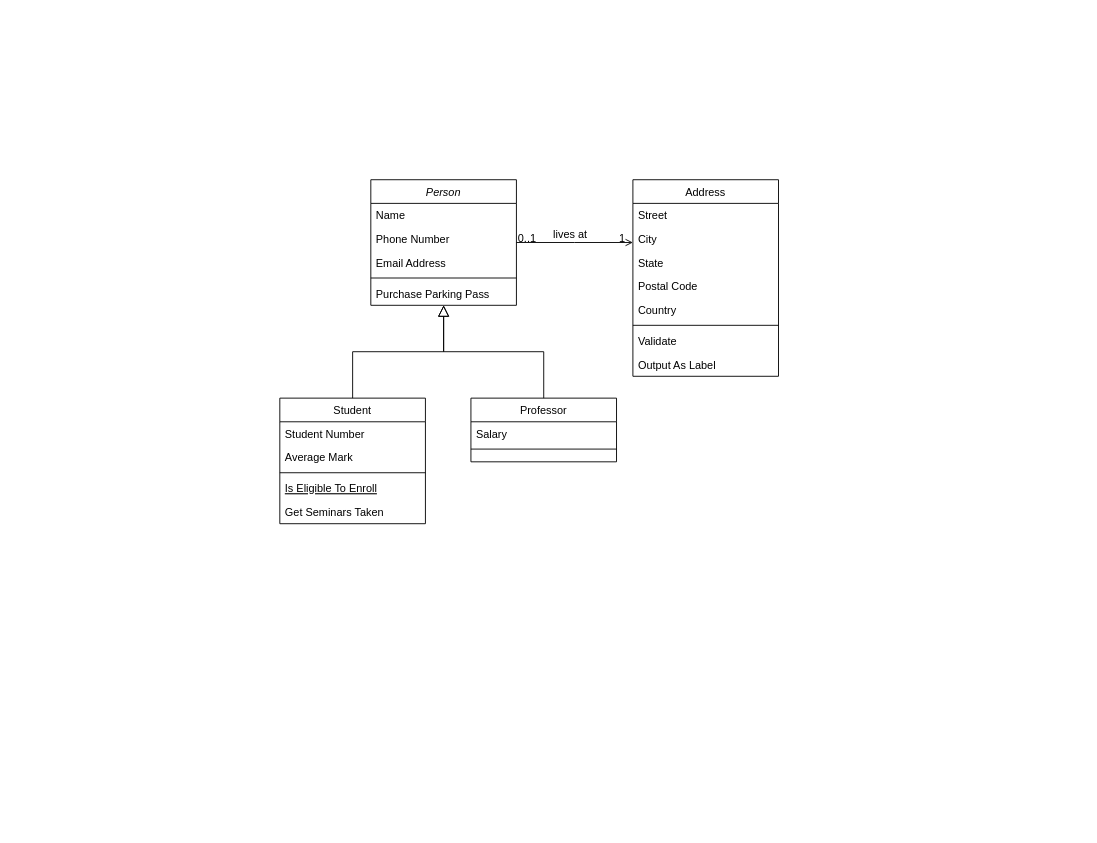
Earlier version of the draw.io diagram ProductManagement.drawio (AKing982/SmartInventory). Source tidied: cells renumbered, new cells numbered last; positions are measured from the earlier drawing's top-left corner, leaving out a move shared by most shapes. Both pictures are drawn from the tidied source at 91%, with x=0, y=0 at pixel (279, 179).
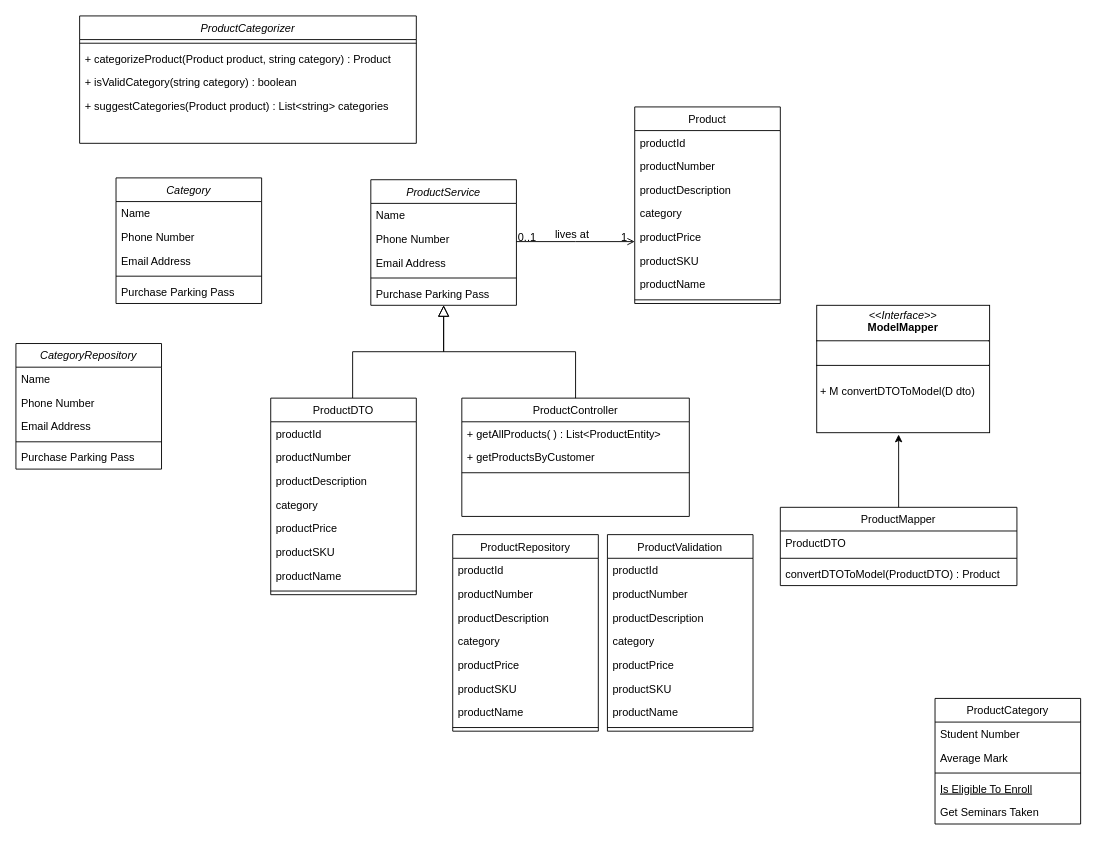
After the change.

Diff of the diagram source:
```diff
@@
-    <mxCell id="2" value="Person" style="swimlane;fontStyle=2;align=center;verticalAlign=top;horizontal=1;startSize=26;rounded=0;shadow=0;strokeWidth=1;" parent="1" vertex="1">
+    <mxCell id="2" value="ProductService" style="swimlane;fontStyle=2;align=center;verticalAlign=top;horizontal=1;startSize=26;rounded=0;shadow=0;strokeWidth=1;" parent="1" vertex="1">
       <mxGeometry x="100" width="160" height="138" as="geometry" />
     </mxCell>
@@
-    <mxCell id="8" value="Student" style="swimlane;fontStyle=0;align=center;verticalAlign=top;horizontal=1;startSize=26;rounded=0;shadow=0;strokeWidth=1;" parent="1" vertex="1">
-      <mxGeometry y="240" width="160" height="138" as="geometry" />
-    </mxCell>
-    <mxCell id="9" value="Student Number" style="text;align=left;verticalAlign=top;spacingLeft=4;spacingRight=4;overflow=hidden;" parent="8" vertex="1">
-      <mxGeometry y="26" width="160" height="26" as="geometry" />
-    </mxCell>
-    <mxCell id="10" value="Average Mark" style="text;align=left;verticalAlign=top;spacingLeft=4;spacingRight=4;overflow=hidden;rounded=0;shadow=0;html=0;" parent="8" vertex="1">
-      <mxGeometry y="52" width="160" height="26" as="geometry" />
-    </mxCell>
-    <mxCell id="11" style="line;html=1;strokeWidth=1;align=left;verticalAlign=middle;spacingTop=-1;spacingLeft=3;spacingRight=3;labelPosition=right;" parent="8" vertex="1">
-      <mxGeometry y="78" width="160" height="8" as="geometry" />
-    </mxCell>
-    <mxCell id="12" value="Is Eligible To Enroll" style="text;align=left;verticalAlign=top;spacingLeft=4;spacingRight=4;overflow=hidden;fontStyle=4;" parent="8" vertex="1">
-      <mxGeometry y="86" width="160" height="26" as="geometry" />
-    </mxCell>
-    <mxCell id="13" value="Get Seminars Taken" style="text;align=left;verticalAlign=top;spacingLeft=4;spacingRight=4;overflow=hidden;" parent="8" vertex="1">
-      <mxGeometry y="112" width="160" height="26" as="geometry" />
-    </mxCell>
-    <mxCell id="14" style="endArrow=block;endSize=10;endFill=0;shadow=0;strokeWidth=1;rounded=0;curved=0;edgeStyle=elbowEdgeStyle;elbow=vertical;" parent="1" edge="1" source="8" target="2">
-      <mxGeometry relative="1" as="geometry" />
+    <mxCell id="14" style="endArrow=block;endSize=10;endFill=0;shadow=0;strokeWidth=1;rounded=0;curved=0;edgeStyle=elbowEdgeStyle;elbow=vertical;" parent="1" edge="1" target="2">
+      <mxGeometry relative="1" as="geometry">
+        <mxPoint x="80" y="240" as="sourcePoint" />
+      </mxGeometry>
     </mxCell>
-    <mxCell id="15" value="Professor" style="swimlane;fontStyle=0;align=center;verticalAlign=top;horizontal=1;startSize=26;rounded=0;shadow=0;strokeWidth=1;" parent="1" vertex="1">
-      <mxGeometry x="210" y="240" width="160" height="70" as="geometry" />
+    <mxCell id="15" value="ProductController" style="swimlane;fontStyle=0;align=center;verticalAlign=top;horizontal=1;startSize=26;rounded=0;shadow=0;strokeWidth=1;" parent="1" vertex="1">
+      <mxGeometry x="200" y="240" width="250" height="130" as="geometry" />
     </mxCell>
-    <mxCell id="16" value="Salary" style="text;align=left;verticalAlign=top;spacingLeft=4;spacingRight=4;overflow=hidden;" parent="15" vertex="1">
-      <mxGeometry y="26" width="160" height="26" as="geometry" />
+    <mxCell id="16" value="+ getAllProducts( ) : List&lt;ProductEntity&gt;" style="text;align=left;verticalAlign=top;spacingLeft=4;spacingRight=4;overflow=hidden;" parent="15" vertex="1">
+      <mxGeometry y="26" width="250" height="26" as="geometry" />
     </mxCell>
+    <mxCell id="32" value="+ getProductsByCustomer" style="text;align=left;verticalAlign=top;spacingLeft=4;spacingRight=4;overflow=hidden;" parent="15" vertex="1">
+      <mxGeometry y="52" width="250" height="26" as="geometry" />
+    </mxCell>
     <mxCell id="17" style="line;html=1;strokeWidth=1;align=left;verticalAlign=middle;spacingTop=-1;spacingLeft=3;spacingRight=3;labelPosition=right;" parent="15" vertex="1">
-      <mxGeometry y="52" width="160" height="8" as="geometry" />
+      <mxGeometry y="78" width="250" height="8" as="geometry" />
     </mxCell>
@@
-    <mxCell id="19" value="Address" style="swimlane;fontStyle=0;align=center;verticalAlign=top;horizontal=1;startSize=26;rounded=0;shadow=0;strokeWidth=1;" parent="1" vertex="1">
-      <mxGeometry x="388" width="160" height="216" as="geometry" />
+    <mxCell id="19" value="Product" style="swimlane;fontStyle=0;align=center;verticalAlign=top;horizontal=1;startSize=26;rounded=0;shadow=0;strokeWidth=1;" parent="1" vertex="1">
+      <mxGeometry x="390" y="-80" width="160" height="216" as="geometry" />
     </mxCell>
-    <mxCell id="20" value="Street" style="text;align=left;verticalAlign=top;spacingLeft=4;spacingRight=4;overflow=hidden;" parent="19" vertex="1">
+    <mxCell id="20" value="productId" style="text;align=left;verticalAlign=top;spacingLeft=4;spacingRight=4;overflow=hidden;" parent="19" vertex="1">
       <mxGeometry y="26" width="160" height="26" as="geometry" />
     </mxCell>
-    <mxCell id="21" value="City" style="text;align=left;verticalAlign=top;spacingLeft=4;spacingRight=4;overflow=hidden;rounded=0;shadow=0;html=0;" parent="19" vertex="1">
+    <mxCell id="21" value="productNumber" style="text;align=left;verticalAlign=top;spacingLeft=4;spacingRight=4;overflow=hidden;rounded=0;shadow=0;html=0;" parent="19" vertex="1">
       <mxGeometry y="52" width="160" height="26" as="geometry" />
     </mxCell>
-    <mxCell id="22" value="State" style="text;align=left;verticalAlign=top;spacingLeft=4;spacingRight=4;overflow=hidden;rounded=0;shadow=0;html=0;" parent="19" vertex="1">
+    <mxCell id="22" value="productDescription" style="text;align=left;verticalAlign=top;spacingLeft=4;spacingRight=4;overflow=hidden;rounded=0;shadow=0;html=0;" parent="19" vertex="1">
       <mxGeometry y="78" width="160" height="26" as="geometry" />
     </mxCell>
-    <mxCell id="23" value="Postal Code" style="text;align=left;verticalAlign=top;spacingLeft=4;spacingRight=4;overflow=hidden;rounded=0;shadow=0;html=0;" parent="19" vertex="1">
+    <mxCell id="23" value="category" style="text;align=left;verticalAlign=top;spacingLeft=4;spacingRight=4;overflow=hidden;rounded=0;shadow=0;html=0;" parent="19" vertex="1">
       <mxGeometry y="104" width="160" height="26" as="geometry" />
     </mxCell>
-    <mxCell id="24" value="Country" style="text;align=left;verticalAlign=top;spacingLeft=4;spacingRight=4;overflow=hidden;rounded=0;shadow=0;html=0;" parent="19" vertex="1">
+    <mxCell id="24" value="productPrice" style="text;align=left;verticalAlign=top;spacingLeft=4;spacingRight=4;overflow=hidden;rounded=0;shadow=0;html=0;" parent="19" vertex="1">
       <mxGeometry y="130" width="160" height="26" as="geometry" />
     </mxCell>
+    <mxCell id="33" value="productSKU" style="text;align=left;verticalAlign=top;spacingLeft=4;spacingRight=4;overflow=hidden;rounded=0;shadow=0;html=0;" parent="19" vertex="1">
+      <mxGeometry y="156" width="160" height="26" as="geometry" />
+    </mxCell>
+    <mxCell id="34" value="productName" style="text;align=left;verticalAlign=top;spacingLeft=4;spacingRight=4;overflow=hidden;rounded=0;shadow=0;html=0;" parent="19" vertex="1">
+      <mxGeometry y="182" width="160" height="26" as="geometry" />
+    </mxCell>
     <mxCell id="25" style="line;html=1;strokeWidth=1;align=left;verticalAlign=middle;spacingTop=-1;spacingLeft=3;spacingRight=3;labelPosition=right;" parent="19" vertex="1">
-      <mxGeometry y="156" width="160" height="8" as="geometry" />
+      <mxGeometry y="208" width="160" height="8" as="geometry" />
     </mxCell>
-    <mxCell id="26" value="Validate" style="text;align=left;verticalAlign=top;spacingLeft=4;spacingRight=4;overflow=hidden;" parent="19" vertex="1">
-      <mxGeometry y="164" width="160" height="26" as="geometry" />
-    </mxCell>
-    <mxCell id="27" value="Output As Label" style="text;align=left;verticalAlign=top;spacingLeft=4;spacingRight=4;overflow=hidden;" parent="19" vertex="1">
-      <mxGeometry y="190" width="160" height="26" as="geometry" />
-    </mxCell>
@@
+    <mxCell id="35" value="ProductMapper" style="swimlane;fontStyle=0;align=center;verticalAlign=top;horizontal=1;startSize=26;rounded=0;shadow=0;strokeWidth=1;" parent="1" vertex="1">
+      <mxGeometry x="550" y="360" width="260" height="86" as="geometry" />
+    </mxCell>
+    <mxCell id="36" value="ProductDTO" style="text;align=left;verticalAlign=top;spacingLeft=4;spacingRight=4;overflow=hidden;" parent="35" vertex="1">
+      <mxGeometry y="26" width="260" height="26" as="geometry" />
+    </mxCell>
+    <mxCell id="37" style="line;html=1;strokeWidth=1;align=left;verticalAlign=middle;spacingTop=-1;spacingLeft=3;spacingRight=3;labelPosition=right;" parent="35" vertex="1">
+      <mxGeometry y="52" width="260" height="8" as="geometry" />
+    </mxCell>
+    <mxCell id="38" value="convertDTOToModel(ProductDTO) : Product" style="text;align=left;verticalAlign=top;spacingLeft=4;spacingRight=4;overflow=hidden;" parent="35" vertex="1">
+      <mxGeometry y="60" width="260" height="26" as="geometry" />
+    </mxCell>
+    <mxCell id="39" value="ProductCategory" style="swimlane;fontStyle=0;align=center;verticalAlign=top;horizontal=1;startSize=26;rounded=0;shadow=0;strokeWidth=1;" parent="1" vertex="1">
+      <mxGeometry x="720" y="570" width="160" height="138" as="geometry" />
+    </mxCell>
+    <mxCell id="9" value="Student Number" style="text;align=left;verticalAlign=top;spacingLeft=4;spacingRight=4;overflow=hidden;" parent="39" vertex="1">
+      <mxGeometry y="26" width="160" height="26" as="geometry" />
+    </mxCell>
+    <mxCell id="10" value="Average Mark" style="text;align=left;verticalAlign=top;spacingLeft=4;spacingRight=4;overflow=hidden;rounded=0;shadow=0;html=0;" parent="39" vertex="1">
+      <mxGeometry y="52" width="160" height="26" as="geometry" />
+    </mxCell>
+    <mxCell id="11" style="line;html=1;strokeWidth=1;align=left;verticalAlign=middle;spacingTop=-1;spacingLeft=3;spacingRight=3;labelPosition=right;" parent="39" vertex="1">
+      <mxGeometry y="78" width="160" height="8" as="geometry" />
+    </mxCell>
+    <mxCell id="12" value="Is Eligible To Enroll" style="text;align=left;verticalAlign=top;spacingLeft=4;spacingRight=4;overflow=hidden;fontStyle=4;" parent="39" vertex="1">
+      <mxGeometry y="86" width="160" height="26" as="geometry" />
+    </mxCell>
+    <mxCell id="13" value="Get Seminars Taken" style="text;align=left;verticalAlign=top;spacingLeft=4;spacingRight=4;overflow=hidden;" parent="39" vertex="1">
+      <mxGeometry y="112" width="160" height="26" as="geometry" />
+    </mxCell>
+    <mxCell id="40" value="ProductCategorizer" style="swimlane;fontStyle=2;align=center;verticalAlign=top;horizontal=1;startSize=26;rounded=0;shadow=0;strokeWidth=1;" parent="1" vertex="1">
+      <mxGeometry x="-220" y="-180" width="370" height="140" as="geometry" />
+    </mxCell>
+    <mxCell id="41" style="line;html=1;strokeWidth=1;align=left;verticalAlign=middle;spacingTop=-1;spacingLeft=3;spacingRight=3;labelPosition=right;" parent="40" vertex="1">
+      <mxGeometry y="26" width="370" height="8" as="geometry" />
+    </mxCell>
+    <mxCell id="42" value="+ categorizeProduct(Product product, string category) : Product" style="text;align=left;verticalAlign=top;spacingLeft=4;spacingRight=4;overflow=hidden;" parent="40" vertex="1">
+      <mxGeometry y="34" width="370" height="26" as="geometry" />
+    </mxCell>
+    <mxCell id="43" value="+ isValidCategory(string category) : boolean" style="text;align=left;verticalAlign=top;spacingLeft=4;spacingRight=4;overflow=hidden;" parent="40" vertex="1">
+      <mxGeometry y="60" width="370" height="26" as="geometry" />
+    </mxCell>
+    <mxCell id="44" value="+ suggestCategories(Product product) : List&lt;string&gt; categories" style="text;align=left;verticalAlign=top;spacingLeft=4;spacingRight=4;overflow=hidden;" parent="40" vertex="1">
+      <mxGeometry y="86" width="370" height="26" as="geometry" />
+    </mxCell>
+    <mxCell id="45" value="ProductDTO" style="swimlane;fontStyle=0;align=center;verticalAlign=top;horizontal=1;startSize=26;rounded=0;shadow=0;strokeWidth=1;" parent="1" vertex="1">
+      <mxGeometry x="-10" y="240" width="160" height="216" as="geometry" />
+    </mxCell>
+    <mxCell id="46" value="productId" style="text;align=left;verticalAlign=top;spacingLeft=4;spacingRight=4;overflow=hidden;" parent="45" vertex="1">
+      <mxGeometry y="26" width="160" height="26" as="geometry" />
+    </mxCell>
+    <mxCell id="47" value="productNumber" style="text;align=left;verticalAlign=top;spacingLeft=4;spacingRight=4;overflow=hidden;rounded=0;shadow=0;html=0;" parent="45" vertex="1">
+      <mxGeometry y="52" width="160" height="26" as="geometry" />
+    </mxCell>
+    <mxCell id="48" value="productDescription" style="text;align=left;verticalAlign=top;spacingLeft=4;spacingRight=4;overflow=hidden;rounded=0;shadow=0;html=0;" parent="45" vertex="1">
+      <mxGeometry y="78" width="160" height="26" as="geometry" />
+    </mxCell>
+    <mxCell id="49" value="category" style="text;align=left;verticalAlign=top;spacingLeft=4;spacingRight=4;overflow=hidden;rounded=0;shadow=0;html=0;" parent="45" vertex="1">
+      <mxGeometry y="104" width="160" height="26" as="geometry" />
+    </mxCell>
+    <mxCell id="50" value="productPrice" style="text;align=left;verticalAlign=top;spacingLeft=4;spacingRight=4;overflow=hidden;rounded=0;shadow=0;html=0;" parent="45" vertex="1">
+      <mxGeometry y="130" width="160" height="26" as="geometry" />
+    </mxCell>
+    <mxCell id="51" value="productSKU" style="text;align=left;verticalAlign=top;spacingLeft=4;spacingRight=4;overflow=hidden;rounded=0;shadow=0;html=0;" parent="45" vertex="1">
+      <mxGeometry y="156" width="160" height="26" as="geometry" />
+    </mxCell>
+    <mxCell id="52" value="productName" style="text;align=left;verticalAlign=top;spacingLeft=4;spacingRight=4;overflow=hidden;rounded=0;shadow=0;html=0;" parent="45" vertex="1">
+      <mxGeometry y="182" width="160" height="26" as="geometry" />
+    </mxCell>
+    <mxCell id="53" style="line;html=1;strokeWidth=1;align=left;verticalAlign=middle;spacingTop=-1;spacingLeft=3;spacingRight=3;labelPosition=right;" parent="45" vertex="1">
+      <mxGeometry y="208" width="160" height="8" as="geometry" />
+    </mxCell>
+    <mxCell id="54" value="ProductRepository" style="swimlane;fontStyle=0;align=center;verticalAlign=top;horizontal=1;startSize=26;rounded=0;shadow=0;strokeWidth=1;" parent="1" vertex="1">
+      <mxGeometry x="190" y="390" width="160" height="216" as="geometry" />
+    </mxCell>
+    <mxCell id="55" value="productId" style="text;align=left;verticalAlign=top;spacingLeft=4;spacingRight=4;overflow=hidden;" parent="54" vertex="1">
+      <mxGeometry y="26" width="160" height="26" as="geometry" />
+    </mxCell>
+    <mxCell id="56" value="productNumber" style="text;align=left;verticalAlign=top;spacingLeft=4;spacingRight=4;overflow=hidden;rounded=0;shadow=0;html=0;" parent="54" vertex="1">
+      <mxGeometry y="52" width="160" height="26" as="geometry" />
+    </mxCell>
+    <mxCell id="57" value="productDescription" style="text;align=left;verticalAlign=top;spacingLeft=4;spacingRight=4;overflow=hidden;rounded=0;shadow=0;html=0;" parent="54" vertex="1">
+      <mxGeometry y="78" width="160" height="26" as="geometry" />
+    </mxCell>
+    <mxCell id="58" value="category" style="text;align=left;verticalAlign=top;spacingLeft=4;spacingRight=4;overflow=hidden;rounded=0;shadow=0;html=0;" parent="54" vertex="1">
+      <mxGeometry y="104" width="160" height="26" as="geometry" />
+    </mxCell>
+    <mxCell id="59" value="productPrice" style="text;align=left;verticalAlign=top;spacingLeft=4;spacingRight=4;overflow=hidden;rounded=0;shadow=0;html=0;" parent="54" vertex="1">
+      <mxGeometry y="130" width="160" height="26" as="geometry" />
+    </mxCell>
+    <mxCell id="60" value="productSKU" style="text;align=left;verticalAlign=top;spacingLeft=4;spacingRight=4;overflow=hidden;rounded=0;shadow=0;html=0;" parent="54" vertex="1">
+      <mxGeometry y="156" width="160" height="26" as="geometry" />
+    </mxCell>
+    <mxCell id="61" value="productName" style="text;align=left;verticalAlign=top;spacingLeft=4;spacingRight=4;overflow=hidden;rounded=0;shadow=0;html=0;" parent="54" vertex="1">
+      <mxGeometry y="182" width="160" height="26" as="geometry" />
+    </mxCell>
+    <mxCell id="62" style="line;html=1;strokeWidth=1;align=left;verticalAlign=middle;spacingTop=-1;spacingLeft=3;spacingRight=3;labelPosition=right;" parent="54" vertex="1">
+      <mxGeometry y="208" width="160" height="8" as="geometry" />
+    </mxCell>
+    <mxCell id="63" value="ProductValidation" style="swimlane;fontStyle=0;align=center;verticalAlign=top;horizontal=1;startSize=26;rounded=0;shadow=0;strokeWidth=1;" parent="1" vertex="1">
+      <mxGeometry x="360" y="390" width="160" height="216" as="geometry" />
+    </mxCell>
+    <mxCell id="64" value="productId" style="text;align=left;verticalAlign=top;spacingLeft=4;spacingRight=4;overflow=hidden;" parent="63" vertex="1">
+      <mxGeometry y="26" width="160" height="26" as="geometry" />
+    </mxCell>
+    <mxCell id="65" value="productNumber" style="text;align=left;verticalAlign=top;spacingLeft=4;spacingRight=4;overflow=hidden;rounded=0;shadow=0;html=0;" parent="63" vertex="1">
+      <mxGeometry y="52" width="160" height="26" as="geometry" />
+    </mxCell>
+    <mxCell id="66" value="productDescription" style="text;align=left;verticalAlign=top;spacingLeft=4;spacingRight=4;overflow=hidden;rounded=0;shadow=0;html=0;" parent="63" vertex="1">
+      <mxGeometry y="78" width="160" height="26" as="geometry" />
+    </mxCell>
+    <mxCell id="67" value="category" style="text;align=left;verticalAlign=top;spacingLeft=4;spacingRight=4;overflow=hidden;rounded=0;shadow=0;html=0;" parent="63" vertex="1">
+      <mxGeometry y="104" width="160" height="26" as="geometry" />
+    </mxCell>
+    <mxCell id="68" value="productPrice" style="text;align=left;verticalAlign=top;spacingLeft=4;spacingRight=4;overflow=hidden;rounded=0;shadow=0;html=0;" parent="63" vertex="1">
+      <mxGeometry y="130" width="160" height="26" as="geometry" />
+    </mxCell>
+    <mxCell id="69" value="productSKU" style="text;align=left;verticalAlign=top;spacingLeft=4;spacingRight=4;overflow=hidden;rounded=0;shadow=0;html=0;" parent="63" vertex="1">
+      <mxGeometry y="156" width="160" height="26" as="geometry" />
+    </mxCell>
+    <mxCell id="70" value="productName" style="text;align=left;verticalAlign=top;spacingLeft=4;spacingRight=4;overflow=hidden;rounded=0;shadow=0;html=0;" parent="63" vertex="1">
+      <mxGeometry y="182" width="160" height="26" as="geometry" />
+    </mxCell>
+    <mxCell id="71" style="line;html=1;strokeWidth=1;align=left;verticalAlign=middle;spacingTop=-1;spacingLeft=3;spacingRight=3;labelPosition=right;" parent="63" vertex="1">
+      <mxGeometry y="208" width="160" height="8" as="geometry" />
+    </mxCell>
+    <mxCell id="72" value="Category" style="swimlane;fontStyle=2;align=center;verticalAlign=top;horizontal=1;startSize=26;rounded=0;shadow=0;strokeWidth=1;" parent="1" vertex="1">
+      <mxGeometry x="-180" y="-2" width="160" height="138" as="geometry" />
+    </mxCell>
+    <mxCell id="73" value="Name" style="text;align=left;verticalAlign=top;spacingLeft=4;spacingRight=4;overflow=hidden;" parent="72" vertex="1">
+      <mxGeometry y="26" width="160" height="26" as="geometry" />
+    </mxCell>
+    <mxCell id="74" value="Phone Number" style="text;align=left;verticalAlign=top;spacingLeft=4;spacingRight=4;overflow=hidden;rounded=0;shadow=0;html=0;" parent="72" vertex="1">
+      <mxGeometry y="52" width="160" height="26" as="geometry" />
+    </mxCell>
+    <mxCell id="75" value="Email Address" style="text;align=left;verticalAlign=top;spacingLeft=4;spacingRight=4;overflow=hidden;rounded=0;shadow=0;html=0;" parent="72" vertex="1">
+      <mxGeometry y="78" width="160" height="26" as="geometry" />
+    </mxCell>
+    <mxCell id="76" style="line;html=1;strokeWidth=1;align=left;verticalAlign=middle;spacingTop=-1;spacingLeft=3;spacingRight=3;labelPosition=right;" parent="72" vertex="1">
+      <mxGeometry y="104" width="160" height="8" as="geometry" />
+    </mxCell>
+    <mxCell id="77" value="Purchase Parking Pass" style="text;align=left;verticalAlign=top;spacingLeft=4;spacingRight=4;overflow=hidden;" parent="72" vertex="1">
+      <mxGeometry y="112" width="160" height="26" as="geometry" />
+    </mxCell>
+    <mxCell id="78" value="CategoryRepository" style="swimlane;fontStyle=2;align=center;verticalAlign=top;horizontal=1;startSize=26;rounded=0;shadow=0;strokeWidth=1;" parent="1" vertex="1">
+      <mxGeometry x="-290" y="180" width="160" height="138" as="geometry" />
+    </mxCell>
+    <mxCell id="79" value="Name" style="text;align=left;verticalAlign=top;spacingLeft=4;spacingRight=4;overflow=hidden;" parent="78" vertex="1">
+      <mxGeometry y="26" width="160" height="26" as="geometry" />
+    </mxCell>
+    <mxCell id="80" value="Phone Number" style="text;align=left;verticalAlign=top;spacingLeft=4;spacingRight=4;overflow=hidden;rounded=0;shadow=0;html=0;" parent="78" vertex="1">
+      <mxGeometry y="52" width="160" height="26" as="geometry" />
+    </mxCell>
+    <mxCell id="81" value="Email Address" style="text;align=left;verticalAlign=top;spacingLeft=4;spacingRight=4;overflow=hidden;rounded=0;shadow=0;html=0;" parent="78" vertex="1">
+      <mxGeometry y="78" width="160" height="26" as="geometry" />
+    </mxCell>
+    <mxCell id="82" style="line;html=1;strokeWidth=1;align=left;verticalAlign=middle;spacingTop=-1;spacingLeft=3;spacingRight=3;labelPosition=right;" parent="78" vertex="1">
+      <mxGeometry y="104" width="160" height="8" as="geometry" />
+    </mxCell>
+    <mxCell id="83" value="Purchase Parking Pass" style="text;align=left;verticalAlign=top;spacingLeft=4;spacingRight=4;overflow=hidden;" parent="78" vertex="1">
+      <mxGeometry y="112" width="160" height="26" as="geometry" />
+    </mxCell>
+    <mxCell id="84" style="endArrow=classic;html=1;rounded=0;exitX=0.5;exitY=0;exitDx=0;exitDy=0;" parent="1" edge="1" source="35">
+      <mxGeometry relative="1" as="geometry">
+        <mxPoint x="680" y="280" as="targetPoint" />
+      </mxGeometry>
+    </mxCell>
+    <mxCell id="85" value="&lt;p style=&quot;margin:0px;margin-top:4px;text-align:center;&quot;&gt;&lt;i&gt;&amp;lt;&amp;lt;Interface&amp;gt;&amp;gt;&lt;/i&gt;&lt;br&gt;&lt;b&gt;ModelMapper&lt;/b&gt;&lt;/p&gt;&lt;hr size=&quot;1&quot; style=&quot;border-style:solid;&quot;&gt;&lt;p style=&quot;margin:0px;margin-left:4px;&quot;&gt;&lt;br&gt;&lt;/p&gt;&lt;hr size=&quot;1&quot; style=&quot;border-style:solid;&quot;&gt;&lt;p style=&quot;margin:0px;margin-left:4px;&quot;&gt;&lt;br&gt;+ M convertDTOToModel(D dto)&lt;/p&gt;" style="verticalAlign=top;align=left;overflow=fill;html=1;whiteSpace=wrap;" parent="1" vertex="1">
+      <mxGeometry x="590" y="138" width="190" height="140" as="geometry" />
+    </mxCell>
```
